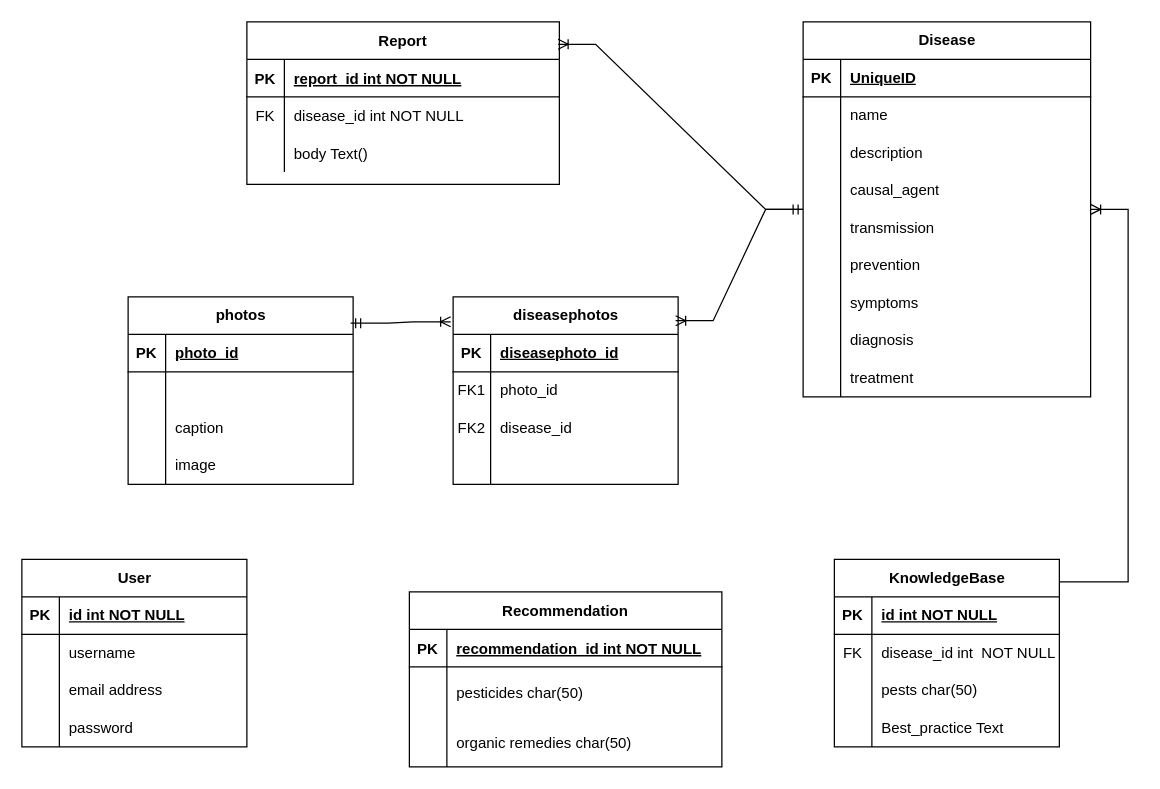
Before: Untitled Diagram.drawio in XpertBotTeam/CpertBotAgriTech_Backend, a draw.io diagram. Source tidied: cells renumbered, new cells numbered last; positions are measured from the earlier drawing's top-left corner, leaving out a move shared by most shapes. Both pictures are drawn from the tidied source at 125%, with x=0, y=0 at pixel (21, 21).
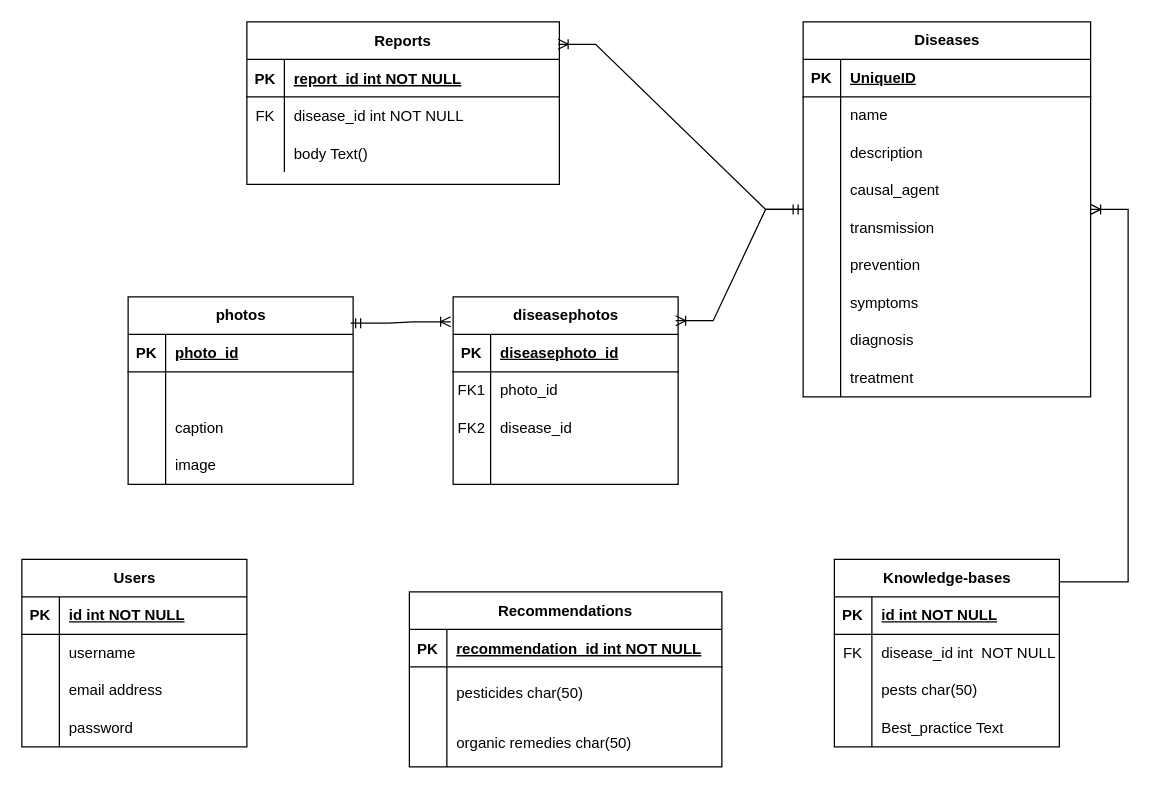
After the change.

Diff of the diagram source:
```diff
@@
-    <mxCell id="2" value="Report" style="shape=table;startSize=30;childLayout=tableLayout;rowLines=0;fontStyle=1;align=center;gradientColor=none;swimlaneFillColor=default;" parent="1" vertex="1">
+    <mxCell id="2" value="Reports" style="shape=table;startSize=30;childLayout=tableLayout;rowLines=0;fontStyle=1;align=center;gradientColor=none;swimlaneFillColor=default;" parent="1" vertex="1">
       <mxGeometry x="180" width="250" height="130" as="geometry" />
     </mxCell>
@@
-    <mxCell id="12" value="Recommendation" style="shape=table;startSize=30;childLayout=tableLayout;rowLines=0;fontStyle=1;align=center;swimlaneFillColor=default;" parent="1" vertex="1">
+    <mxCell id="12" value="Recommendations" style="shape=table;startSize=30;childLayout=tableLayout;rowLines=0;fontStyle=1;align=center;swimlaneFillColor=default;" parent="1" vertex="1">
       <mxGeometry x="310" y="456" width="250" height="140" as="geometry" />
     </mxCell>
@@
-    <mxCell id="22" value="User" style="shape=table;startSize=30;childLayout=tableLayout;rowLines=0;fontStyle=1;align=center;html=1;swimlaneFillColor=default;" parent="1" vertex="1">
+    <mxCell id="22" value="Users" style="shape=table;startSize=30;childLayout=tableLayout;rowLines=0;fontStyle=1;align=center;html=1;swimlaneFillColor=default;" parent="1" vertex="1">
       <mxGeometry y="430" width="180" height="150" as="geometry" />
     </mxCell>
@@
-    <mxCell id="35" value="KnowledgeBase" style="shape=table;startSize=30;childLayout=tableLayout;rowLines=0;fontStyle=1;align=center;html=1;" parent="1" vertex="1">
+    <mxCell id="35" value="Knowledge-bases" style="shape=table;startSize=30;childLayout=tableLayout;rowLines=0;fontStyle=1;align=center;html=1;" parent="1" vertex="1">
       <mxGeometry x="650" y="430" width="180" height="150" as="geometry" />
     </mxCell>
@@
-    <mxCell id="75" value="Disease" style="shape=table;startSize=30;childLayout=tableLayout;rowLines=0;fontStyle=1;align=center;html=1;points=[[0,0,0,0,0],[0,0.14,0,0,0],[0,0.25,0,0,0],[0,0.29,0,0,0],[0,0.43,0,0,0],[0,0.5,0,0,0],[0,0.57,0,0,0],[0,0.71,0,0,0],[0,0.75,0,0,0],[0,0.86,0,0,0],[0,1,0,0,0],[0.25,0,0,0,0],[0.25,1,0,0,0],[0.5,0,0,0,0],[0.5,1,0,0,0],[0.75,0,0,0,0],[0.75,1,0,0,0],[1,0,0,0,0],[1,0.25,0,0,0],[1,0.5,0,0,0],[1,0.75,0,0,0],[1,1,0,0,0]];" parent="1" vertex="1">
+    <mxCell id="75" value="Diseases" style="shape=table;startSize=30;childLayout=tableLayout;rowLines=0;fontStyle=1;align=center;html=1;points=[[0,0,0,0,0],[0,0.14,0,0,0],[0,0.25,0,0,0],[0,0.29,0,0,0],[0,0.43,0,0,0],[0,0.5,0,0,0],[0,0.57,0,0,0],[0,0.71,0,0,0],[0,0.75,0,0,0],[0,0.86,0,0,0],[0,1,0,0,0],[0.25,0,0,0,0],[0.25,1,0,0,0],[0.5,0,0,0,0],[0.5,1,0,0,0],[0.75,0,0,0,0],[0.75,1,0,0,0],[1,0,0,0,0],[1,0.25,0,0,0],[1,0.5,0,0,0],[1,0.75,0,0,0],[1,1,0,0,0]];" parent="1" vertex="1">
       <mxGeometry x="625" width="230" height="300" as="geometry" />
     </mxCell>
```
